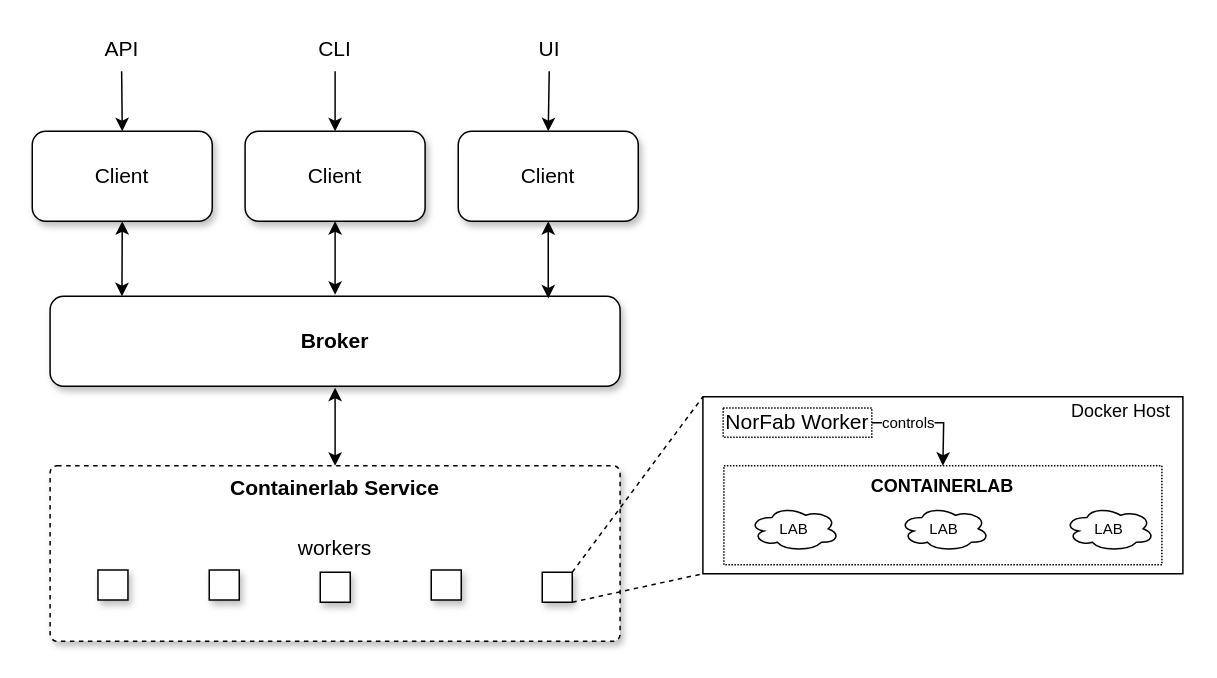
Above: page "containerlab_service" (15 of 15) of docs/images/ArcOverview.drawio in norfablabs/NORFAB (draw.io), before the change. Source tidied: cells renumbered, new cells numbered last; positions are measured from the earlier drawing's top-left corner, leaving out a move shared by most shapes. Both pictures are drawn from the tidied source at 150%, with x=0, y=0 at pixel (32, 26).
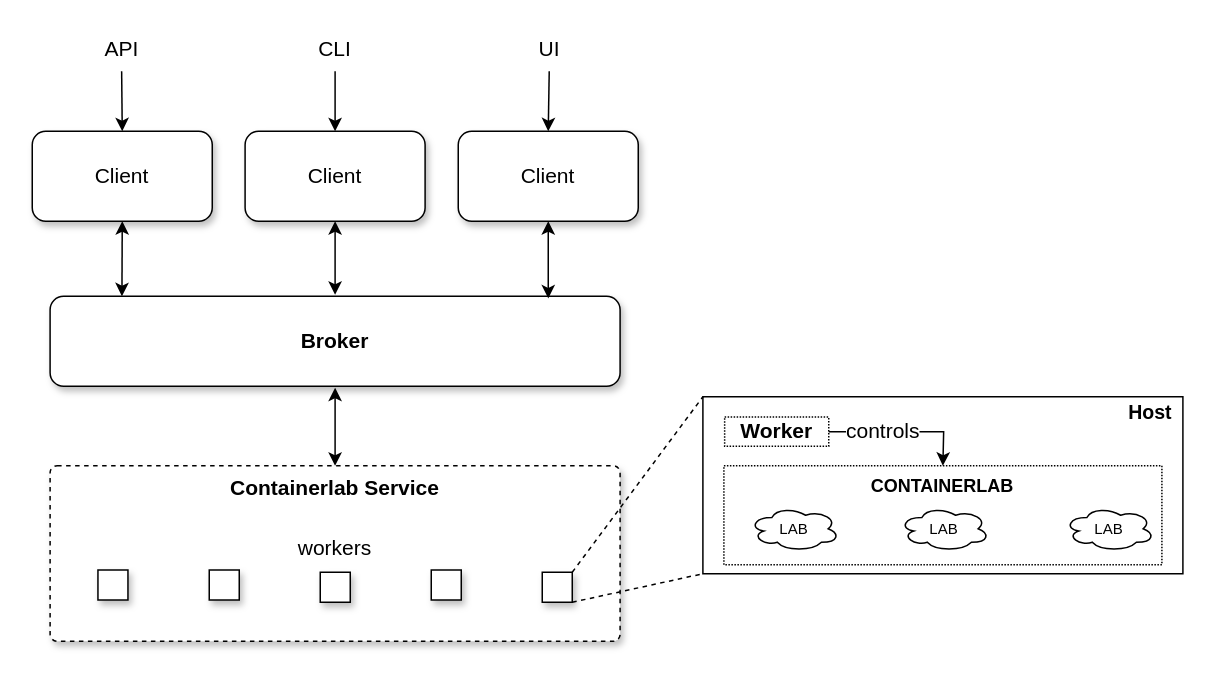
The same page after the edit.

Unchanged cells that the change refers to:
```xml
<mxCell id="24" style="endArrow=classic;html=1;rounded=0;fontSize=12;entryX=0.5;entryY=0;entryDx=0;entryDy=0;edgeStyle=orthogonalEdgeStyle;" parent="1" edge="1" source="6">
  <mxGeometry x="-0.29" relative="1" as="geometry">
    <mxPoint x="607.1" y="293" as="targetPoint" />
  </mxGeometry>
</mxCell>
```

Change to the diagram source:
```diff
@@
-    <mxCell id="6" value="NorFab Worker" style="text;html=1;align=right;verticalAlign=middle;whiteSpace=wrap;rounded=0;fontSize=14;strokeColor=default;dashed=1;dashPattern=1 1;" parent="1" vertex="1">
-      <mxGeometry x="460.6" y="254.5" width="99.1" height="19.5" as="geometry" />
+    <mxCell id="6" value="Worker" style="text;html=1;align=center;verticalAlign=middle;whiteSpace=wrap;rounded=0;fontSize=14;strokeColor=default;dashed=1;dashPattern=1 1;fontStyle=1;" parent="1" vertex="1">
+      <mxGeometry x="461.6" y="260.5" width="69.4" height="19.5" as="geometry" />
     </mxCell>
@@
-    <mxCell id="19" value="Docker Host" style="text;html=1;strokeColor=none;fillColor=none;align=center;verticalAlign=middle;whiteSpace=wrap;rounded=0;" parent="1" vertex="1">
-      <mxGeometry x="680.2" y="248" width="91.9" height="17" as="geometry" />
+    <mxCell id="19" value="Host" style="text;html=1;strokeColor=none;fillColor=none;align=right;verticalAlign=middle;whiteSpace=wrap;rounded=0;fontSize=13;fontStyle=1;" parent="1" vertex="1">
+      <mxGeometry x="670.2" y="248" width="91.9" height="17" as="geometry" />
     </mxCell>
@@
-    <mxCell id="25" value="controls" style="edgeLabel;html=1;align=center;verticalAlign=middle;fontSize=10;" parent="24" vertex="1">
+    <mxCell id="25" value="controls" style="edgeLabel;html=1;align=center;verticalAlign=middle;fontSize=14;" parent="24" vertex="1">
       <mxGeometry x="0.01" y="1" relative="1" as="geometry">
         <mxPoint x="-15" as="offset" />
       </mxGeometry>
     </mxCell>
```
